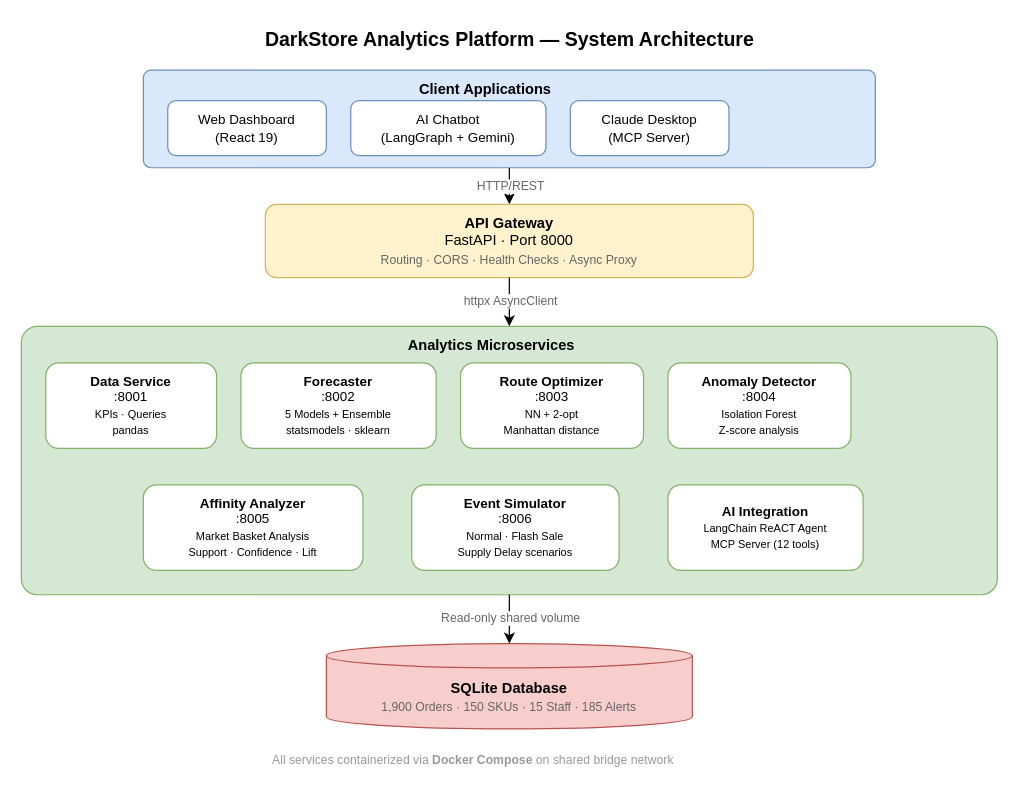
cap10shadow/Darkstore-analytics-platform keeps this draw.io diagram as docs/architecture_diagram.drawio. Above is the earlier version. Source tidied: cells renumbered, new cells numbered last; positions are measured from the earlier drawing's top-left corner, leaving out a move shared by most shapes. Both pictures are drawn from the tidied source at 122%, with x=0, y=0 at pixel (21, 21).
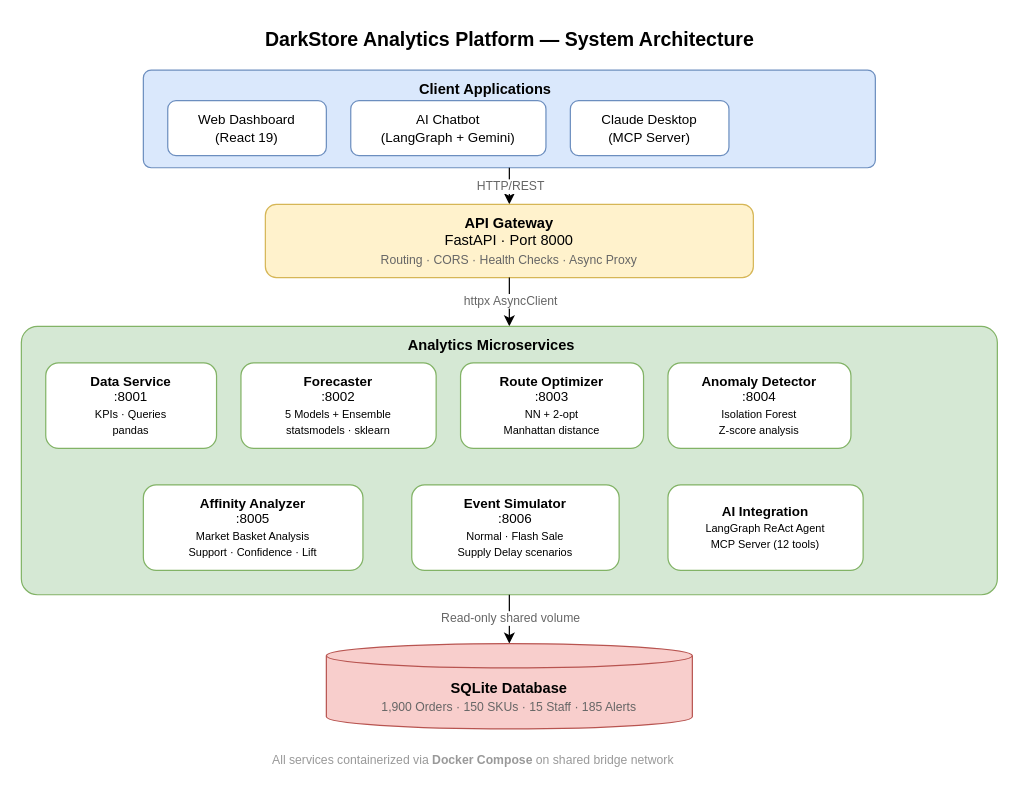
The same page after the edit.

Commit message (it also covers changes not shown here):
docs: redraw architecture diagram with corrected model and agent labels

The edit, as a diff of the source:
```diff
@@
-    <mxCell id="21" value="&lt;b&gt;AI Integration&lt;/b&gt;&lt;br&gt;&lt;font style=&quot;font-size:9px&quot;&gt;LangChain ReACT Agent&lt;br&gt;MCP Server (12 tools)&lt;/font&gt;" style="rounded=1;whiteSpace=wrap;html=1;fillColor=#FFFFFF;strokeColor=#82b366;fontSize=11;" parent="1" vertex="1">
+    <mxCell id="21" value="&lt;b&gt;AI Integration&lt;/b&gt;&lt;br&gt;&lt;font style=&quot;font-size:9px&quot;&gt;LangGraph ReAct Agent&lt;br&gt;MCP Server (12 tools)&lt;/font&gt;" style="rounded=1;whiteSpace=wrap;html=1;fillColor=#FFFFFF;strokeColor=#82b366;fontSize=11;" parent="1" vertex="1">
       <mxGeometry x="530" y="380" width="160" height="70" as="geometry" />
     </mxCell>
```
